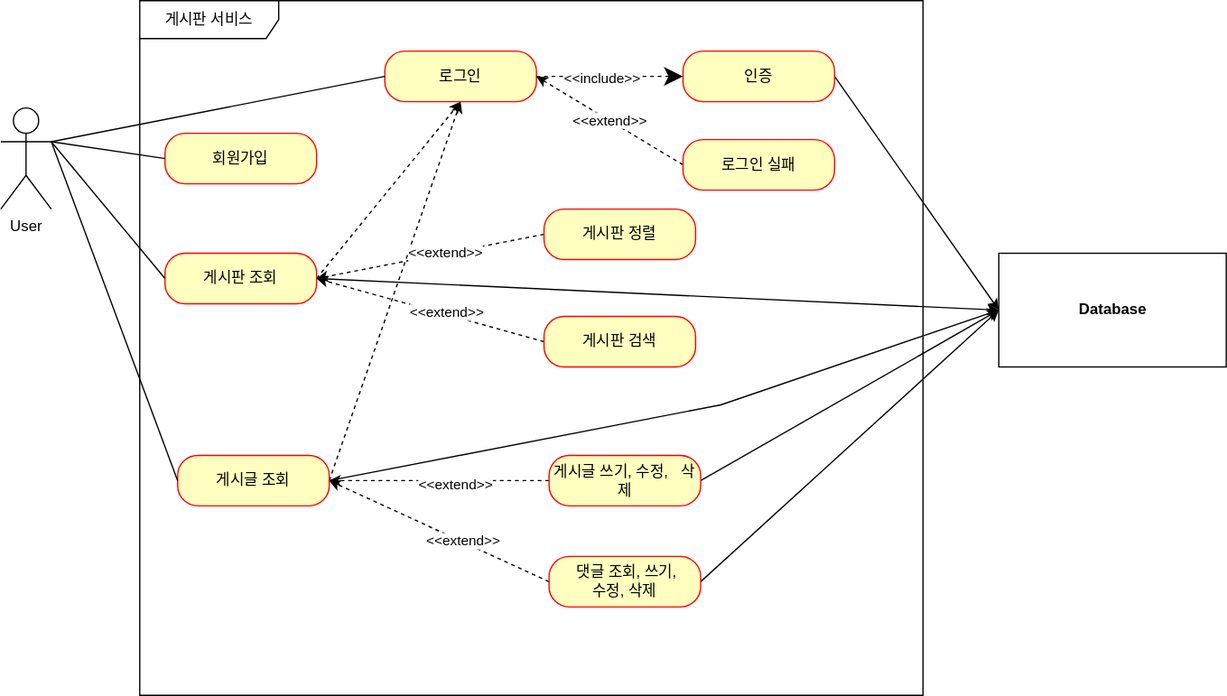
Earlier version of the draw.io export fc_notice_board/documents/use-case.drawio.svg (k-ms1998/Spring-studies). Source tidied: cells renumbered, new cells last; positions are measured from the earlier drawing's top-left corner, leaving out a move shared by most shapes. The source it was exported from:
```xml
<mxGraphModel>
  <root>
    <mxCell id="0" />
    <mxCell id="1" parent="0" />
    <mxCell id="2" value="User&lt;br&gt;" style="shape=umlActor;verticalLabelPosition=bottom;verticalAlign=top;html=1;outlineConnect=0;" parent="1" vertex="1">
      <mxGeometry y="85" width="40" height="80" as="geometry" />
    </mxCell>
    <mxCell id="3" value="게시판 서비스" style="shape=umlFrame;whiteSpace=wrap;html=1;width=110;height=30;" parent="1" vertex="1">
      <mxGeometry x="110" width="620" height="550" as="geometry" />
    </mxCell>
    <mxCell id="4" value="회원가입" style="rounded=1;whiteSpace=wrap;html=1;arcSize=40;fontColor=#000000;fillColor=#ffffc0;strokeColor=#ff0000;" parent="1" vertex="1">
      <mxGeometry x="130" y="105" width="120" height="40" as="geometry" />
    </mxCell>
    <mxCell id="5" style="edgeStyle=none;rounded=0;jettySize=auto;html=1;exitX=1;exitY=0.5;exitDx=0;exitDy=0;entryX=0.5;entryY=1;entryDx=0;entryDy=0;dashed=1;endArrow=classic;endFill=1;strokeWidth=1;" parent="1" edge="1" source="7" target="11">
      <mxGeometry relative="1" as="geometry" />
    </mxCell>
    <mxCell id="6" style="edgeStyle=none;rounded=0;jettySize=auto;html=1;exitX=1;exitY=0.5;exitDx=0;exitDy=0;entryX=0;entryY=0.5;entryDx=0;entryDy=0;endArrow=classic;endFill=1;strokeWidth=1;" parent="1" edge="1" source="7" target="36">
      <mxGeometry relative="1" as="geometry" />
    </mxCell>
    <mxCell id="7" value="게시판 조회" style="rounded=1;whiteSpace=wrap;html=1;arcSize=40;fontColor=#000000;fillColor=#ffffc0;strokeColor=#ff0000;" parent="1" vertex="1">
      <mxGeometry x="130" y="200" width="120" height="40" as="geometry" />
    </mxCell>
    <mxCell id="8" style="edgeStyle=none;rounded=0;jettySize=auto;html=1;exitX=1;exitY=0.5;exitDx=0;exitDy=0;entryX=0.5;entryY=1;entryDx=0;entryDy=0;dashed=1;endArrow=classic;endFill=1;strokeWidth=1;" parent="1" edge="1" source="10" target="11">
      <mxGeometry relative="1" as="geometry" />
    </mxCell>
    <mxCell id="9" style="edgeStyle=none;rounded=0;jettySize=auto;html=1;exitX=1;exitY=0.5;exitDx=0;exitDy=0;entryX=0;entryY=0.5;entryDx=0;entryDy=0;endArrow=classic;endFill=1;strokeWidth=1;" parent="1" edge="1" source="10" target="36">
      <mxGeometry relative="1" as="geometry">
        <Array as="points">
          <mxPoint x="570" y="320" />
        </Array>
      </mxGeometry>
    </mxCell>
    <mxCell id="10" value="게시글 조회" style="rounded=1;whiteSpace=wrap;html=1;arcSize=40;fontColor=#000000;fillColor=#ffffc0;strokeColor=#ff0000;" parent="1" vertex="1">
      <mxGeometry x="140" y="360" width="120" height="40" as="geometry" />
    </mxCell>
    <mxCell id="11" value="로그인" style="rounded=1;whiteSpace=wrap;html=1;arcSize=40;fontColor=#000000;fillColor=#ffffc0;strokeColor=#ff0000;" parent="1" vertex="1">
      <mxGeometry x="304" y="40" width="120" height="40" as="geometry" />
    </mxCell>
    <mxCell id="12" style="endArrow=none;html=1;rounded=0;exitX=1;exitY=0.3333333333333333;exitDx=0;exitDy=0;exitPerimeter=0;entryX=0;entryY=0.5;entryDx=0;entryDy=0;" parent="1" edge="1" source="2" target="4">
      <mxGeometry relative="1" as="geometry" />
    </mxCell>
    <mxCell id="13" style="endArrow=none;html=1;rounded=0;exitX=1;exitY=0.3333333333333333;exitDx=0;exitDy=0;exitPerimeter=0;entryX=0;entryY=0.5;entryDx=0;entryDy=0;" parent="1" edge="1" source="2" target="11">
      <mxGeometry relative="1" as="geometry" />
    </mxCell>
    <mxCell id="14" style="endArrow=none;html=1;rounded=0;exitX=1;exitY=0.3333333333333333;exitDx=0;exitDy=0;exitPerimeter=0;entryX=0;entryY=0.5;entryDx=0;entryDy=0;" parent="1" edge="1" source="2" target="7">
      <mxGeometry relative="1" as="geometry" />
    </mxCell>
    <mxCell id="15" style="endArrow=none;html=1;rounded=0;entryX=0;entryY=0.5;entryDx=0;entryDy=0;exitX=1;exitY=0.3333333333333333;exitDx=0;exitDy=0;exitPerimeter=0;" parent="1" edge="1" source="2" target="10">
      <mxGeometry relative="1" as="geometry" />
    </mxCell>
    <mxCell id="16" style="edgeStyle=none;rounded=0;jettySize=auto;html=1;exitX=1;exitY=0.5;exitDx=0;exitDy=0;entryX=0;entryY=0.5;entryDx=0;entryDy=0;endArrow=classic;endFill=1;strokeWidth=1;" parent="1" edge="1" source="17" target="36">
      <mxGeometry relative="1" as="geometry" />
    </mxCell>
    <mxCell id="17" value="인증" style="rounded=1;whiteSpace=wrap;html=1;arcSize=40;fontColor=#000000;fillColor=#ffffc0;strokeColor=#ff0000;" parent="1" vertex="1">
      <mxGeometry x="540" y="40" width="120" height="40" as="geometry" />
    </mxCell>
    <mxCell id="18" value="&amp;lt;&amp;lt;extend&amp;gt;&amp;gt;" style="rounded=0;jettySize=auto;html=1;exitX=0;exitY=0.5;exitDx=0;exitDy=0;entryX=1;entryY=0.5;entryDx=0;entryDy=0;dashed=1;" parent="1" edge="1" source="19" target="11">
      <mxGeometry relative="1" as="geometry" />
    </mxCell>
    <mxCell id="19" value="로그인 실패" style="rounded=1;whiteSpace=wrap;html=1;arcSize=40;fontColor=#000000;fillColor=#ffffc0;strokeColor=#ff0000;" parent="1" vertex="1">
      <mxGeometry x="540" y="110" width="120" height="40" as="geometry" />
    </mxCell>
    <mxCell id="20" style="edgeStyle=none;rounded=0;jettySize=auto;html=1;exitX=0;exitY=0.5;exitDx=0;exitDy=0;entryX=1;entryY=0.5;entryDx=0;entryDy=0;dashed=1;endArrow=classic;endFill=1;strokeWidth=1;" parent="1" edge="1" source="22" target="7">
      <mxGeometry relative="1" as="geometry" />
    </mxCell>
    <mxCell id="21" value="&amp;lt;&amp;lt;extend&amp;gt;&amp;gt;" style="edgeLabel;html=1;align=center;verticalAlign=middle;" parent="20" vertex="1">
      <mxGeometry x="-0.12" y="-1" relative="1" as="geometry" />
    </mxCell>
    <mxCell id="22" value="게시판 정렬" style="rounded=1;whiteSpace=wrap;html=1;arcSize=40;fontColor=#000000;fillColor=#ffffc0;strokeColor=#ff0000;" parent="1" vertex="1">
      <mxGeometry x="430" y="165" width="120" height="40" as="geometry" />
    </mxCell>
    <mxCell id="23" style="edgeStyle=none;rounded=0;jettySize=auto;html=1;exitX=0;exitY=0.5;exitDx=0;exitDy=0;entryX=1;entryY=0.5;entryDx=0;entryDy=0;dashed=1;endArrow=classic;endFill=1;strokeWidth=1;" parent="1" edge="1" source="25" target="7">
      <mxGeometry relative="1" as="geometry" />
    </mxCell>
    <mxCell id="24" value="&amp;lt;&amp;lt;extend&amp;gt;&amp;gt;" style="edgeLabel;html=1;align=center;verticalAlign=middle;" parent="23" vertex="1">
      <mxGeometry x="-0.14" y="-2" relative="1" as="geometry" />
    </mxCell>
    <mxCell id="25" value="게시판 검색" style="rounded=1;whiteSpace=wrap;html=1;arcSize=40;fontColor=#000000;fillColor=#ffffc0;strokeColor=#ff0000;" parent="1" vertex="1">
      <mxGeometry x="430" y="250" width="120" height="40" as="geometry" />
    </mxCell>
    <mxCell id="26" style="edgeStyle=none;rounded=0;jettySize=auto;html=1;exitX=0;exitY=0.5;exitDx=0;exitDy=0;entryX=1;entryY=0.5;entryDx=0;entryDy=0;dashed=1;endArrow=classic;endFill=1;strokeWidth=1;" parent="1" edge="1" source="29" target="10">
      <mxGeometry relative="1" as="geometry" />
    </mxCell>
    <mxCell id="27" value="&amp;lt;&amp;lt;extend&amp;gt;&amp;gt;" style="edgeLabel;html=1;align=center;verticalAlign=middle;" parent="26" vertex="1">
      <mxGeometry x="-0.2" y="-1" relative="1" as="geometry" />
    </mxCell>
    <mxCell id="28" style="edgeStyle=none;rounded=0;jettySize=auto;html=1;exitX=1;exitY=0.5;exitDx=0;exitDy=0;entryX=0;entryY=0.5;entryDx=0;entryDy=0;endArrow=classic;endFill=1;strokeWidth=1;" parent="1" edge="1" source="29" target="36">
      <mxGeometry relative="1" as="geometry" />
    </mxCell>
    <mxCell id="29" value="&amp;nbsp;댓글 조회, 쓰기, &lt;br&gt;수정, 삭제" style="rounded=1;whiteSpace=wrap;html=1;arcSize=40;fontColor=#000000;fillColor=#ffffc0;strokeColor=#ff0000;" parent="1" vertex="1">
      <mxGeometry x="434" y="440" width="120" height="40" as="geometry" />
    </mxCell>
    <mxCell id="30" style="endArrow=classic;dashed=1;endFill=1;endSize=12;html=1;rounded=0;entryX=0;entryY=0.5;entryDx=0;entryDy=0;exitX=1;exitY=0.5;exitDx=0;exitDy=0;strokeWidth=1;" parent="1" edge="1" source="11" target="17">
      <mxGeometry relative="1" as="geometry" />
    </mxCell>
    <mxCell id="31" value="&amp;lt;&amp;lt;include&amp;gt;&amp;gt;" style="edgeLabel;html=1;align=center;verticalAlign=middle;" parent="30" vertex="1">
      <mxGeometry x="-0.2" y="-1" relative="1" as="geometry">
        <mxPoint x="5" as="offset" />
      </mxGeometry>
    </mxCell>
    <mxCell id="32" style="edgeStyle=none;rounded=0;jettySize=auto;html=1;exitX=0;exitY=0.5;exitDx=0;exitDy=0;entryX=1;entryY=0.5;entryDx=0;entryDy=0;dashed=1;endArrow=classic;endFill=1;strokeWidth=1;" parent="1" edge="1" source="35" target="10">
      <mxGeometry relative="1" as="geometry" />
    </mxCell>
    <mxCell id="33" value="&amp;lt;&amp;lt;extend&amp;gt;&amp;gt;" style="edgeLabel;html=1;align=center;verticalAlign=middle;" parent="32" vertex="1">
      <mxGeometry x="-0.14" y="2" relative="1" as="geometry" />
    </mxCell>
    <mxCell id="34" style="edgeStyle=none;rounded=0;jettySize=auto;html=1;exitX=1;exitY=0.5;exitDx=0;exitDy=0;entryX=0;entryY=0.5;entryDx=0;entryDy=0;endArrow=classic;endFill=1;strokeWidth=1;" parent="1" edge="1" source="35" target="36">
      <mxGeometry relative="1" as="geometry" />
    </mxCell>
    <mxCell id="35" value="게시글 쓰기, 수정,&amp;nbsp; &amp;nbsp;삭제" style="rounded=1;whiteSpace=wrap;html=1;arcSize=40;fontColor=#000000;fillColor=#ffffc0;strokeColor=#ff0000;" parent="1" vertex="1">
      <mxGeometry x="434" y="360" width="120" height="40" as="geometry" />
    </mxCell>
    <mxCell id="36" value="&lt;b&gt;Database&lt;/b&gt;" style="html=1;" parent="1" vertex="1">
      <mxGeometry x="790" y="200" width="180" height="90" as="geometry" />
    </mxCell>
  </root>
</mxGraphModel>
```
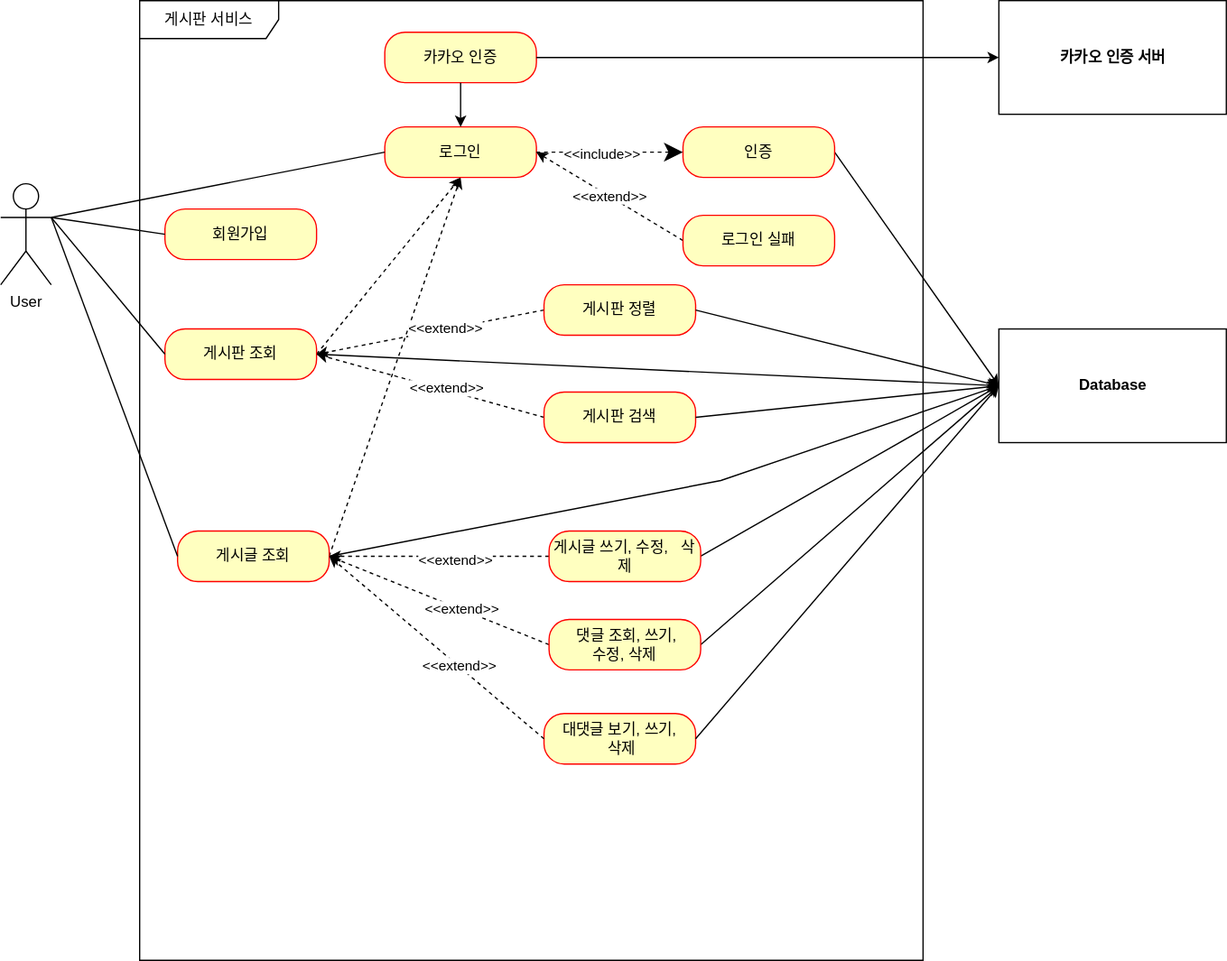
Above is the later version.

Commit message:
#25: use-case.drawio.svg 업데이트(카카오 인증, 대댓글)

Diff of the diagram source:
```diff
@@ -6,7 +6,7 @@
       <mxGeometry y="85" width="40" height="80" as="geometry" />
     </mxCell>
     <mxCell id="3" value="게시판 서비스" style="shape=umlFrame;whiteSpace=wrap;html=1;width=110;height=30;" parent="1" vertex="1">
-      <mxGeometry x="110" width="620" height="550" as="geometry" />
+      <mxGeometry x="110" y="-60" width="620" height="760" as="geometry" />
     </mxCell>
     <mxCell id="4" value="회원가입" style="rounded=1;whiteSpace=wrap;html=1;arcSize=40;fontColor=#000000;fillColor=#ffffc0;strokeColor=#ff0000;" parent="1" vertex="1">
       <mxGeometry x="130" y="105" width="120" height="40" as="geometry" />
@@ -88,7 +88,7 @@
       <mxGeometry relative="1" as="geometry" />
     </mxCell>
     <mxCell id="29" value="&amp;nbsp;댓글 조회, 쓰기, &lt;br&gt;수정, 삭제" style="rounded=1;whiteSpace=wrap;html=1;arcSize=40;fontColor=#000000;fillColor=#ffffc0;strokeColor=#ff0000;" parent="1" vertex="1">
-      <mxGeometry x="434" y="440" width="120" height="40" as="geometry" />
+      <mxGeometry x="434" y="430" width="120" height="40" as="geometry" />
     </mxCell>
     <mxCell id="30" style="endArrow=classic;dashed=1;endFill=1;endSize=12;html=1;rounded=0;entryX=0;entryY=0.5;entryDx=0;entryDy=0;exitX=1;exitY=0.5;exitDx=0;exitDy=0;strokeWidth=1;" parent="1" edge="1" source="11" target="17">
       <mxGeometry relative="1" as="geometry" />
@@ -113,5 +113,35 @@
     <mxCell id="36" value="&lt;b&gt;Database&lt;/b&gt;" style="html=1;" parent="1" vertex="1">
       <mxGeometry x="790" y="200" width="180" height="90" as="geometry" />
     </mxCell>
+    <mxCell id="37" value="대댓글 보기, 쓰기,&lt;br&gt;&amp;nbsp;삭제" style="rounded=1;whiteSpace=wrap;html=1;arcSize=40;fontColor=#000000;fillColor=#ffffc0;strokeColor=#ff0000;" parent="1" vertex="1">
+      <mxGeometry x="430" y="504.5" width="120" height="40" as="geometry" />
+    </mxCell>
+    <mxCell id="38" style="edgeStyle=none;rounded=0;jettySize=auto;html=1;exitX=1;exitY=0.5;exitDx=0;exitDy=0;entryX=0;entryY=0.5;entryDx=0;entryDy=0;endArrow=classic;endFill=1;strokeWidth=1;" parent="1" edge="1" source="37" target="36">
+      <mxGeometry relative="1" as="geometry" />
+    </mxCell>
+    <mxCell id="39" style="edgeStyle=none;rounded=0;jettySize=auto;html=1;exitX=0;exitY=0.5;exitDx=0;exitDy=0;entryX=1;entryY=0.5;entryDx=0;entryDy=0;dashed=1;endArrow=classic;endFill=1;strokeWidth=1;" parent="1" edge="1" source="37" target="10">
+      <mxGeometry relative="1" as="geometry" />
+    </mxCell>
+    <mxCell id="40" value="&amp;lt;&amp;lt;extend&amp;gt;&amp;gt;" style="edgeLabel;html=1;align=center;verticalAlign=middle;" parent="39" vertex="1">
+      <mxGeometry x="-0.2" y="-1" relative="1" as="geometry" />
+    </mxCell>
+    <mxCell id="41" style="edgeStyle=none;rounded=0;jettySize=auto;html=1;exitX=1;exitY=0.5;exitDx=0;exitDy=0;entryX=0;entryY=0.5;entryDx=0;entryDy=0;endArrow=classic;endFill=1;strokeWidth=1;" parent="1" edge="1" source="25" target="36">
+      <mxGeometry relative="1" as="geometry" />
+    </mxCell>
+    <mxCell id="42" style="edgeStyle=none;rounded=0;jettySize=auto;html=1;exitX=1;exitY=0.5;exitDx=0;exitDy=0;entryX=0;entryY=0.5;entryDx=0;entryDy=0;endArrow=classic;endFill=1;strokeWidth=1;" parent="1" edge="1" source="22" target="36">
+      <mxGeometry relative="1" as="geometry" />
+    </mxCell>
+    <mxCell id="43" value="카카오 인증" style="rounded=1;whiteSpace=wrap;html=1;arcSize=40;fontColor=#000000;fillColor=#ffffc0;strokeColor=#ff0000;" parent="1" vertex="1">
+      <mxGeometry x="304" y="-35" width="120" height="40" as="geometry" />
+    </mxCell>
+    <mxCell id="44" value="&lt;b&gt;카카오 인증 서버&lt;/b&gt;" style="html=1;" parent="1" vertex="1">
+      <mxGeometry x="790" y="-60" width="180" height="90" as="geometry" />
+    </mxCell>
+    <mxCell id="45" style="edgeStyle=none;rounded=0;jettySize=auto;html=1;exitX=1;exitY=0.5;exitDx=0;exitDy=0;entryX=0;entryY=0.5;entryDx=0;entryDy=0;endArrow=classic;endFill=1;strokeWidth=1;" parent="1" edge="1" source="43" target="44">
+      <mxGeometry relative="1" as="geometry" />
+    </mxCell>
+    <mxCell id="46" style="edgeStyle=none;rounded=0;jettySize=auto;html=1;exitX=0.5;exitY=1;exitDx=0;exitDy=0;entryX=0.5;entryY=0;entryDx=0;entryDy=0;endArrow=classic;endFill=1;strokeWidth=1;" parent="1" edge="1" source="43" target="11">
+      <mxGeometry relative="1" as="geometry" />
+    </mxCell>
   </root>
 </mxGraphModel>
```
